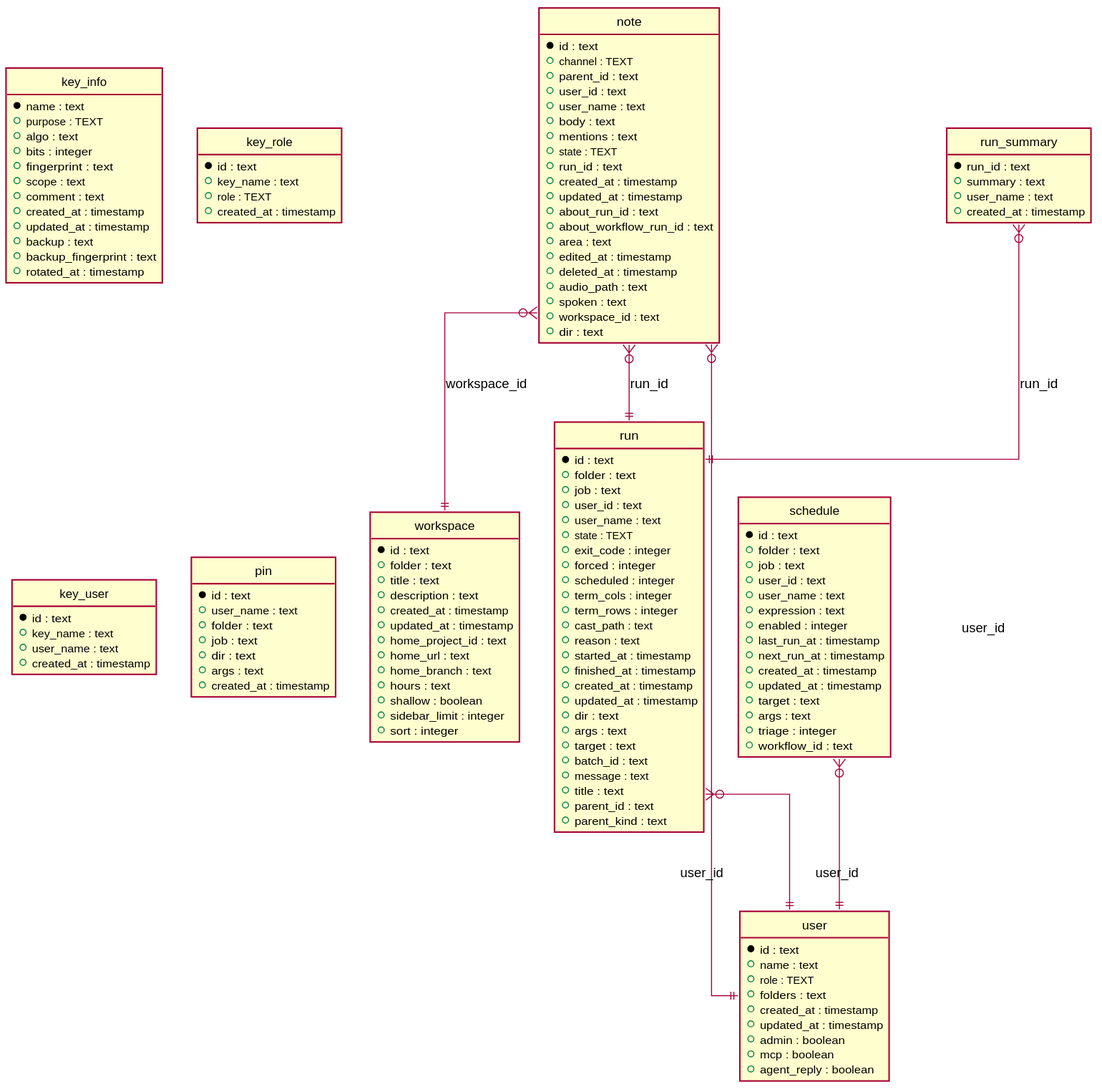
Earlier version of the PlantUML export phpfront/app/modules/folders/schema.svg (titpetric/task-ui).
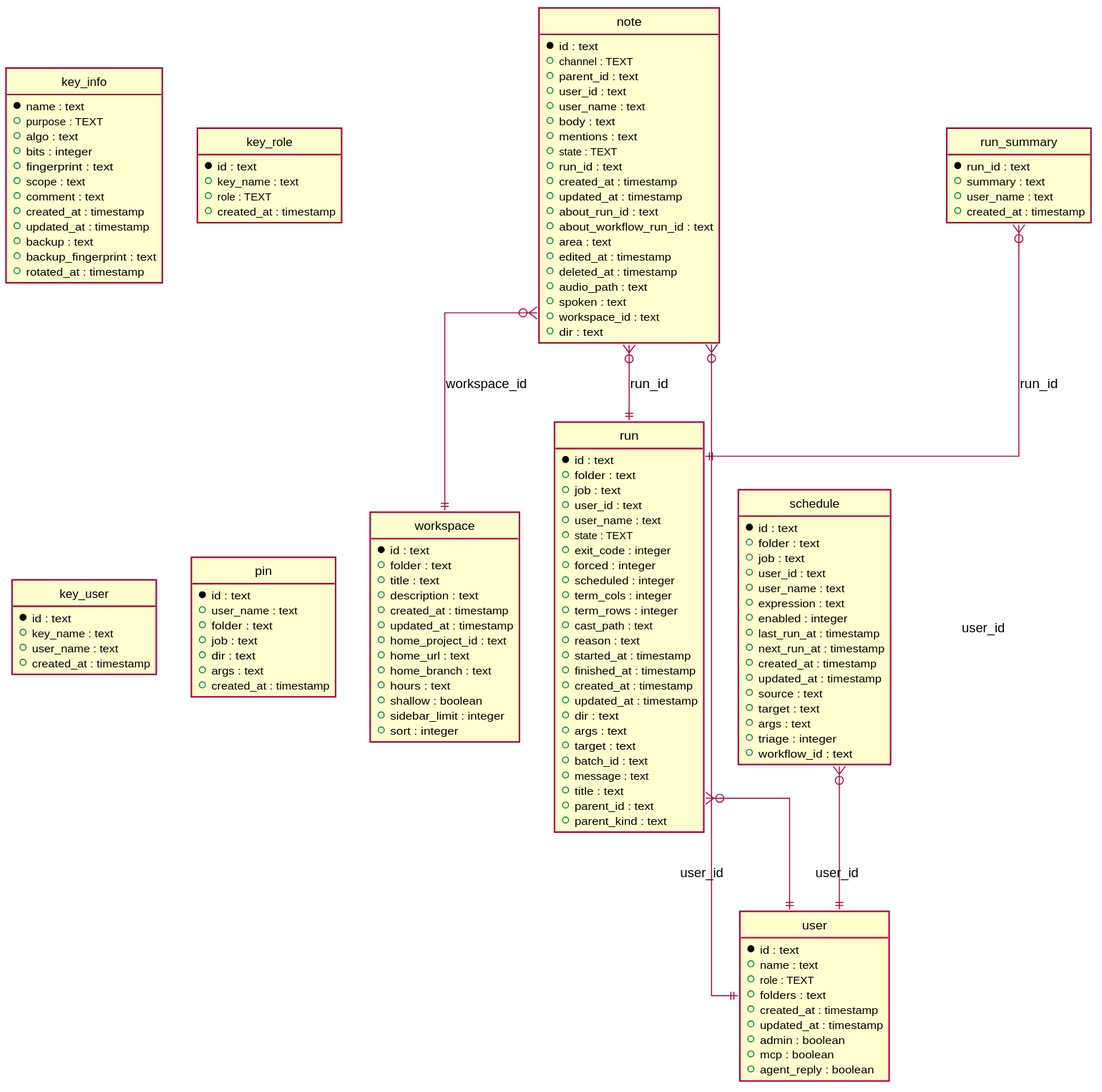
Above is the later version.

What changed in the source:
```diff
@@ -113,6 +113,7 @@
   + next_run_at : timestamp
   + created_at : timestamp
   + updated_at : timestamp
+  + source : text
   + target : text
   + args : text
   + triage : integer
```
